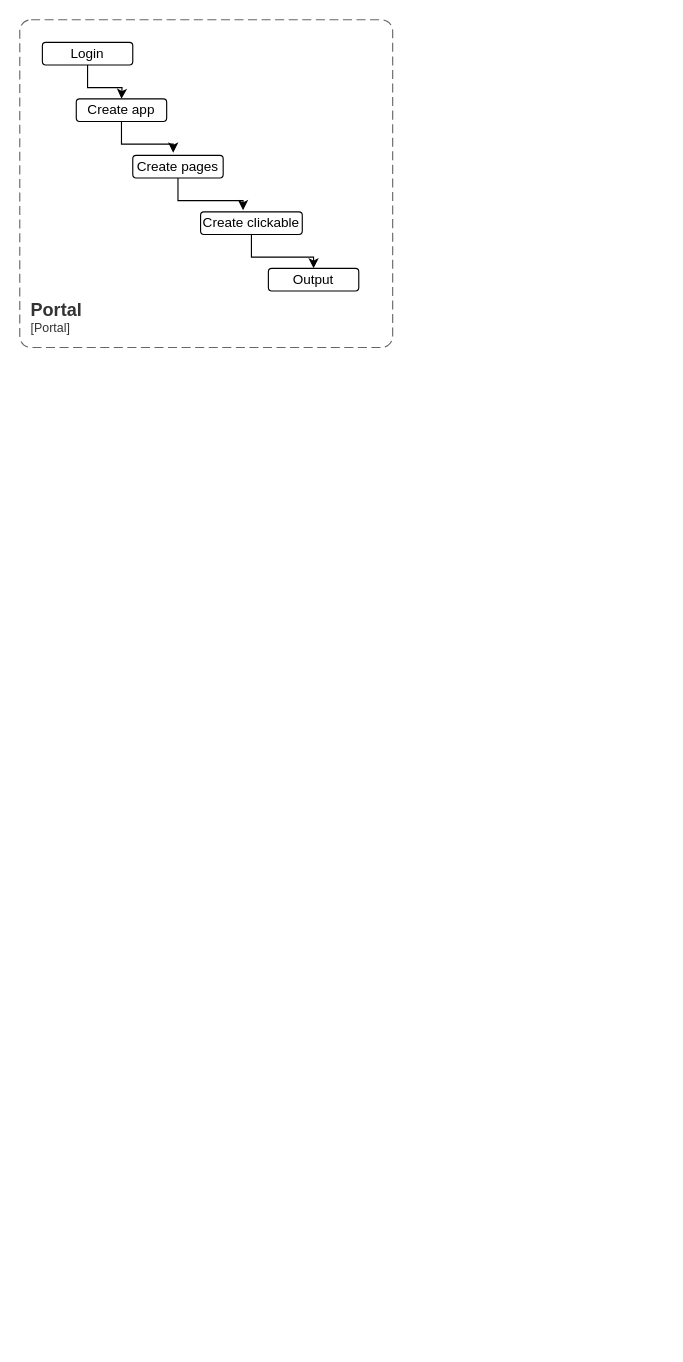
This is Untitled Diagram.drawio from davych/tagging-scripts, a draw.io file, before an edit. Source tidied: cells renumbered, new cells numbered last; positions are measured from the earlier drawing's top-left corner, leaving out a move shared by most shapes. Both pictures are drawn from the tidied source at 113%, with x=0, y=0 at pixel (19, 19). Pictures stored in the file or linked from it are replaced by grey dashed boxes.
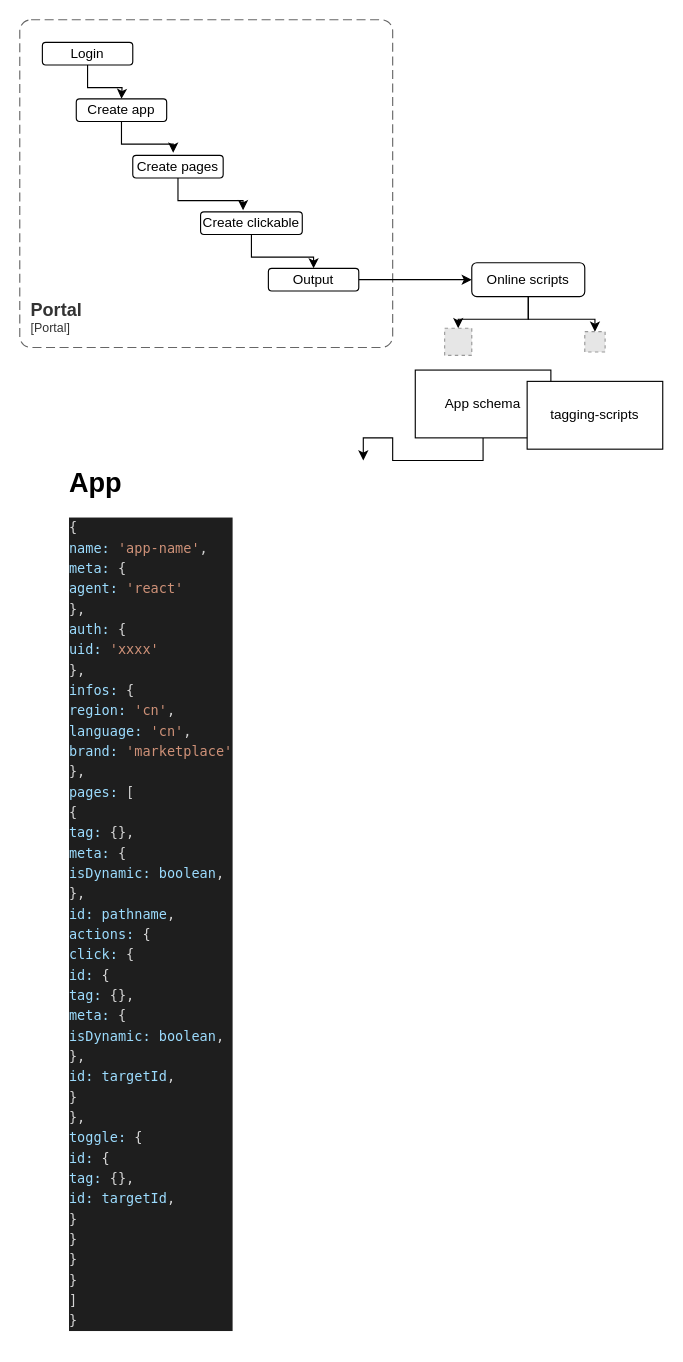
After the change.

The change refers to these unchanged cells:
```xml
<mxCell id="11" value="Output" style="rounded=1;whiteSpace=wrap;html=1;" parent="1" vertex="1">
  <mxGeometry x="220" y="220" width="80" height="20" as="geometry" />
</mxCell>
```

Diff of the diagram source:
```diff
@@
+    <mxCell id="12" style="edgeStyle=orthogonalEdgeStyle;rounded=0;jettySize=auto;html=1;" parent="1" edge="1" source="11" target="15">
+      <mxGeometry relative="1" as="geometry" />
+    </mxCell>
@@
+    <mxCell id="13" style="edgeStyle=orthogonalEdgeStyle;rounded=0;jettySize=auto;html=1;entryX=0.5;entryY=0;entryDx=0;entryDy=0;" parent="1" edge="1" source="15" target="16">
+      <mxGeometry relative="1" as="geometry" />
+    </mxCell>
+    <mxCell id="14" style="edgeStyle=orthogonalEdgeStyle;rounded=0;jettySize=auto;html=1;entryX=0.5;entryY=0;entryDx=0;entryDy=0;" parent="1" edge="1" source="15" target="17">
+      <mxGeometry relative="1" as="geometry" />
+    </mxCell>
+    <mxCell id="15" value="Online scripts" style="rounded=1;whiteSpace=wrap;html=1;" parent="1" vertex="1">
+      <mxGeometry x="400" y="215" width="100" height="30" as="geometry" />
+    </mxCell>
+    <mxCell id="16" style="fillColor=#E6E6E6;strokeColor=#999999;dashed=1;html=1;verticalAlign=top;verticalLabelPosition=bottom;labelBackgroundColor=#ffffff;" parent="1" vertex="1">
+      <mxGeometry x="376" y="273" width="24" height="24" as="geometry" />
+    </mxCell>
+    <mxCell id="17" style="fillColor=#E6E6E6;strokeColor=#999999;dashed=1;html=1;verticalAlign=top;verticalLabelPosition=bottom;labelBackgroundColor=#ffffff;" parent="1" vertex="1">
+      <mxGeometry x="500" y="276" width="18" height="18" as="geometry" />
+    </mxCell>
+    <mxCell id="18" style="edgeStyle=orthogonalEdgeStyle;rounded=0;jettySize=auto;html=1;" parent="1" edge="1" source="19" target="21">
+      <mxGeometry relative="1" as="geometry" />
+    </mxCell>
+    <mxCell id="19" value="App schema" style="rounded=0;whiteSpace=wrap;html=1;" parent="1" vertex="1">
+      <mxGeometry x="350" y="310" width="120" height="60" as="geometry" />
+    </mxCell>
+    <mxCell id="20" value="tagging-scripts" style="rounded=0;whiteSpace=wrap;html=1;" parent="1" vertex="1">
+      <mxGeometry x="449" y="320" width="120" height="60" as="geometry" />
+    </mxCell>
+    <mxCell id="21" value="&lt;h1&gt;App&lt;/h1&gt;&lt;div style=&quot;color: rgb(212, 212, 212); background-color: rgb(30, 30, 30); font-family: Menlo, Monaco, &amp;quot;Courier New&amp;quot;, monospace; line-height: 18px;&quot;&gt;&lt;div&gt;{&lt;/div&gt;&lt;div&gt;  &lt;span style=&quot;color: #9cdcfe;&quot;&gt;name&lt;/span&gt;&lt;span style=&quot;color: #9cdcfe;&quot;&gt;:&lt;/span&gt; &lt;span style=&quot;color: #ce9178;&quot;&gt;'app-name'&lt;/span&gt;,&lt;/div&gt;&lt;div&gt;  &lt;span style=&quot;color: #9cdcfe;&quot;&gt;meta&lt;/span&gt;&lt;span style=&quot;color: #9cdcfe;&quot;&gt;:&lt;/span&gt; {&lt;/div&gt;&lt;div&gt;    &lt;span style=&quot;color: #9cdcfe;&quot;&gt;agent&lt;/span&gt;&lt;span style=&quot;color: #9cdcfe;&quot;&gt;:&lt;/span&gt; &lt;span style=&quot;color: #ce9178;&quot;&gt;'react'&lt;/span&gt;&lt;/div&gt;&lt;div&gt;  },&lt;/div&gt;&lt;div&gt;  &lt;span style=&quot;color: #9cdcfe;&quot;&gt;auth&lt;/span&gt;&lt;span style=&quot;color: #9cdcfe;&quot;&gt;:&lt;/span&gt; {&lt;/div&gt;&lt;div&gt;    &lt;span style=&quot;color: #9cdcfe;&quot;&gt;uid&lt;/span&gt;&lt;span style=&quot;color: #9cdcfe;&quot;&gt;:&lt;/span&gt; &lt;span style=&quot;color: #ce9178;&quot;&gt;'xxxx'&lt;/span&gt;&lt;/div&gt;&lt;div&gt;  },&lt;/div&gt;&lt;div&gt;  &lt;span style=&quot;color: #9cdcfe;&quot;&gt;infos&lt;/span&gt;&lt;span style=&quot;color: #9cdcfe;&quot;&gt;:&lt;/span&gt; {&lt;/div&gt;&lt;div&gt;    &lt;span style=&quot;color: #9cdcfe;&quot;&gt;region&lt;/span&gt;&lt;span style=&quot;color: #9cdcfe;&quot;&gt;:&lt;/span&gt; &lt;span style=&quot;color: #ce9178;&quot;&gt;'cn'&lt;/span&gt;,&lt;/div&gt;&lt;div&gt;    &lt;span style=&quot;color: #9cdcfe;&quot;&gt;language&lt;/span&gt;&lt;span style=&quot;color: #9cdcfe;&quot;&gt;:&lt;/span&gt; &lt;span style=&quot;color: #ce9178;&quot;&gt;'cn'&lt;/span&gt;,&lt;/div&gt;&lt;div&gt;    &lt;span style=&quot;color: #9cdcfe;&quot;&gt;brand&lt;/span&gt;&lt;span style=&quot;color: #9cdcfe;&quot;&gt;:&lt;/span&gt; &lt;span style=&quot;color: #ce9178;&quot;&gt;'marketplace'&lt;/span&gt;&lt;/div&gt;&lt;div&gt;  },&lt;/div&gt;&lt;div&gt;  &lt;span style=&quot;color: #9cdcfe;&quot;&gt;pages&lt;/span&gt;&lt;span style=&quot;color: #9cdcfe;&quot;&gt;:&lt;/span&gt; [&lt;/div&gt;&lt;div&gt;    {&lt;/div&gt;&lt;div&gt;      &lt;span style=&quot;color: #9cdcfe;&quot;&gt;tag&lt;/span&gt;&lt;span style=&quot;color: #9cdcfe;&quot;&gt;:&lt;/span&gt; {},&lt;/div&gt;&lt;div&gt;      &lt;span style=&quot;color: #9cdcfe;&quot;&gt;meta&lt;/span&gt;&lt;span style=&quot;color: #9cdcfe;&quot;&gt;:&lt;/span&gt; {&lt;/div&gt;&lt;div&gt;        &lt;span style=&quot;color: #9cdcfe;&quot;&gt;isDynamic&lt;/span&gt;&lt;span style=&quot;color: #9cdcfe;&quot;&gt;:&lt;/span&gt; &lt;span style=&quot;color: #9cdcfe;&quot;&gt;boolean&lt;/span&gt;,&lt;/div&gt;&lt;div&gt;      },&lt;/div&gt;&lt;div&gt;      &lt;span style=&quot;color: #9cdcfe;&quot;&gt;id&lt;/span&gt;&lt;span style=&quot;color: #9cdcfe;&quot;&gt;:&lt;/span&gt; &lt;span style=&quot;color: #9cdcfe;&quot;&gt;pathname&lt;/span&gt;,&lt;/div&gt;&lt;div&gt;        &lt;/div&gt;&lt;div&gt;      &lt;span style=&quot;color: #9cdcfe;&quot;&gt;actions&lt;/span&gt;&lt;span style=&quot;color: #9cdcfe;&quot;&gt;:&lt;/span&gt; {&lt;/div&gt;&lt;div&gt;        &lt;span style=&quot;color: #9cdcfe;&quot;&gt;click&lt;/span&gt;&lt;span style=&quot;color: #9cdcfe;&quot;&gt;:&lt;/span&gt; {&lt;/div&gt;&lt;div&gt;          &lt;span style=&quot;color: #9cdcfe;&quot;&gt;id&lt;/span&gt;&lt;span style=&quot;color: #9cdcfe;&quot;&gt;:&lt;/span&gt; {&lt;/div&gt;&lt;div&gt;            &lt;span style=&quot;color: #9cdcfe;&quot;&gt;tag&lt;/span&gt;&lt;span style=&quot;color: #9cdcfe;&quot;&gt;:&lt;/span&gt; {},&lt;/div&gt;&lt;div&gt;            &lt;span style=&quot;color: #9cdcfe;&quot;&gt;meta&lt;/span&gt;&lt;span style=&quot;color: #9cdcfe;&quot;&gt;:&lt;/span&gt; {&lt;/div&gt;&lt;div&gt;              &lt;span style=&quot;color: #9cdcfe;&quot;&gt;isDynamic&lt;/span&gt;&lt;span style=&quot;color: #9cdcfe;&quot;&gt;:&lt;/span&gt; &lt;span style=&quot;color: #9cdcfe;&quot;&gt;boolean&lt;/span&gt;,&lt;/div&gt;&lt;div&gt;            },&lt;/div&gt;&lt;div&gt;            &lt;span style=&quot;color: #9cdcfe;&quot;&gt;id&lt;/span&gt;&lt;span style=&quot;color: #9cdcfe;&quot;&gt;:&lt;/span&gt; &lt;span style=&quot;color: #9cdcfe;&quot;&gt;targetId&lt;/span&gt;,&lt;/div&gt;&lt;div&gt;          }&lt;/div&gt;&lt;div&gt;        },&lt;/div&gt;&lt;div&gt;        &lt;span style=&quot;color: #9cdcfe;&quot;&gt;toggle&lt;/span&gt;&lt;span style=&quot;color: #9cdcfe;&quot;&gt;:&lt;/span&gt; {&lt;/div&gt;&lt;div&gt;          &lt;span style=&quot;color: #9cdcfe;&quot;&gt;id&lt;/span&gt;&lt;span style=&quot;color: #9cdcfe;&quot;&gt;:&lt;/span&gt; {&lt;/div&gt;&lt;div&gt;            &lt;span style=&quot;color: #9cdcfe;&quot;&gt;tag&lt;/span&gt;&lt;span style=&quot;color: #9cdcfe;&quot;&gt;:&lt;/span&gt; {},&lt;/div&gt;&lt;div&gt;            &lt;span style=&quot;color: #9cdcfe;&quot;&gt;id&lt;/span&gt;&lt;span style=&quot;color: #9cdcfe;&quot;&gt;:&lt;/span&gt; &lt;span style=&quot;color: #9cdcfe;&quot;&gt;targetId&lt;/span&gt;,&lt;/div&gt;&lt;div&gt;          }&lt;/div&gt;&lt;div&gt;        }&lt;/div&gt;&lt;div&gt;      }&lt;/div&gt;&lt;div&gt;    }&lt;/div&gt;&lt;div&gt;  ]&lt;/div&gt;&lt;div&gt;}&lt;/div&gt;&lt;/div&gt;" style="text;html=1;strokeColor=none;fillColor=none;spacing=5;spacingTop=-20;whiteSpace=wrap;overflow=hidden;rounded=0;" parent="1" vertex="1">
+      <mxGeometry x="39" y="390" width="530" height="780" as="geometry" />
+    </mxCell>
```
